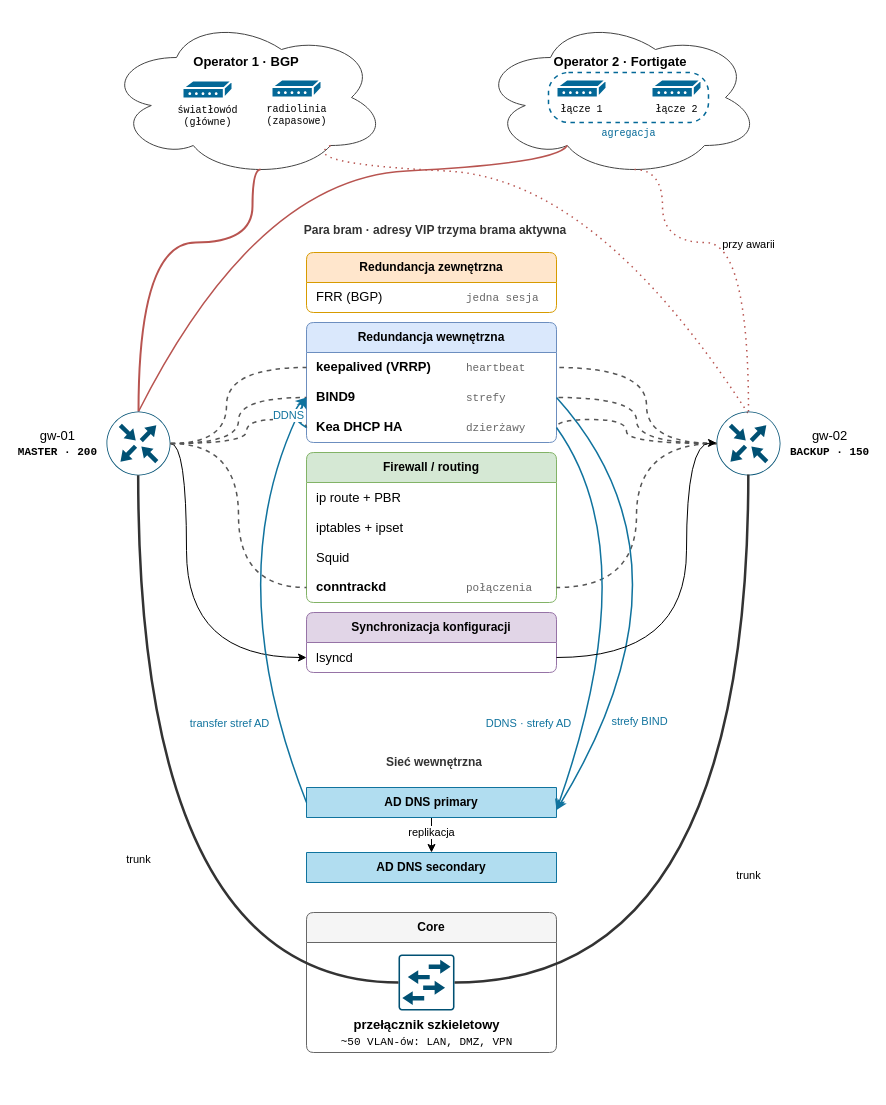
The draw.io diagram redundant-gateways-V3.drawio in BO-RU-TA/mysnippets, before the edit. Source tidied: cells renumbered, new cells numbered last; positions are measured from the earlier drawing's top-left corner, leaving out a move shared by most shapes. Both pictures are drawn from the tidied source at 100%, with x=0, y=0 at pixel (19, 17).
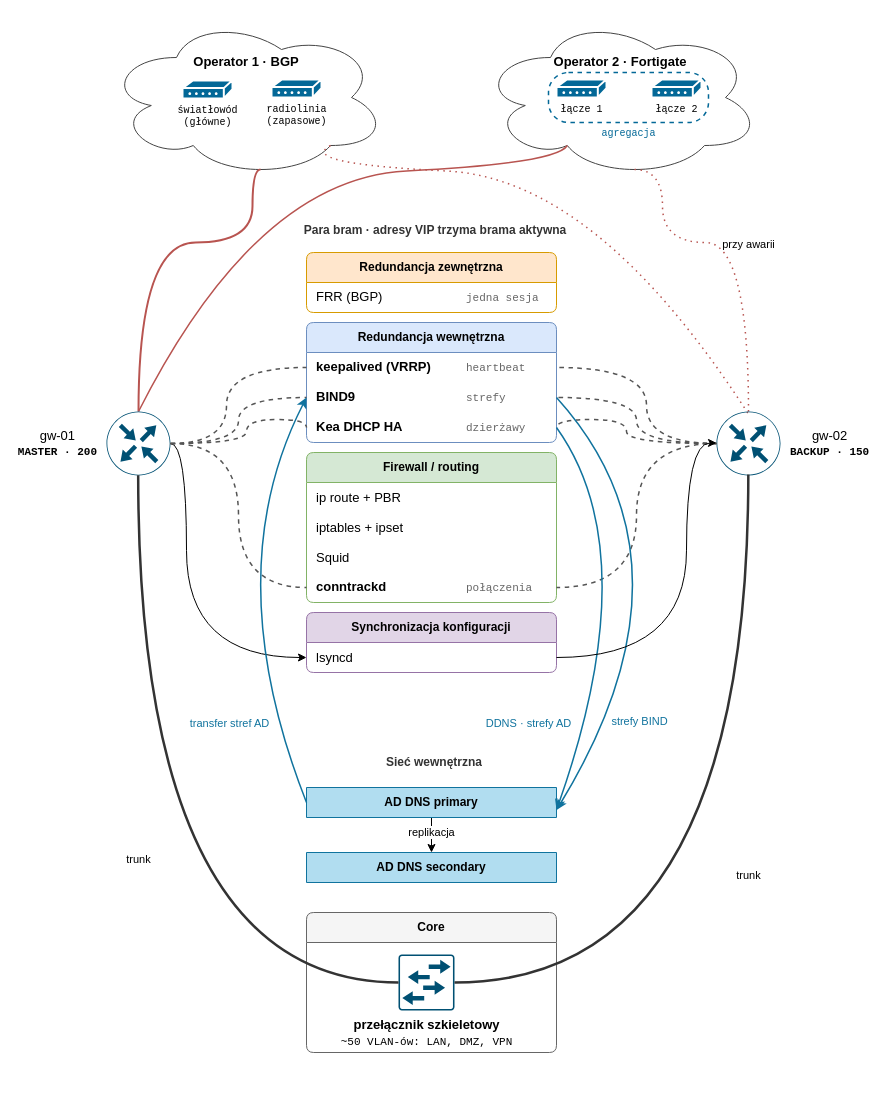
After the change.

Unchanged cells that the change refers to:
```xml
<mxCell id="23" value="&lt;span style=&quot;display:inline-block;width:150px&quot;&gt;&lt;b&gt;BIND9&lt;/b&gt;&lt;/span&gt;&lt;span style=&quot;font-family:Courier New;font-size:11px;color:#666666;font-weight:normal&quot;&gt;strefy&lt;/span&gt;" style="text;strokeColor=none;fillColor=none;align=left;verticalAlign=middle;spacingLeft=8;spacingRight=8;html=1;fontSize=13;points=[[0,0.5],[1,0.5]];portConstraint=eastwest;" parent="21" vertex="1">
  <mxGeometry y="60" width="250" height="30" as="geometry" />
</mxCell>
<mxCell id="24" value="&lt;span style=&quot;display:inline-block;width:150px&quot;&gt;&lt;b&gt;Kea DHCP HA&lt;/b&gt;&lt;/span&gt;&lt;span style=&quot;font-family:Courier New;font-size:11px;color:#666666;font-weight:normal&quot;&gt;dzierżawy&lt;/span&gt;" style="text;strokeColor=none;fillColor=none;align=left;verticalAlign=middle;spacingLeft=8;spacingRight=8;html=1;fontSize=13;points=[[0,0.5],[1,0.5]];portConstraint=eastwest;" parent="21" vertex="1">
  <mxGeometry y="90" width="250" height="30" as="geometry" />
</mxCell>
```

Diff of the diagram source:
```diff
@@
-    <mxCell id="50" value="DDNS" style="endArrow=classic;html=1;curved=1;strokeColor=#10739e;strokeWidth=1.5;fontSize=11;fontColor=#10739e;labelBackgroundColor=#ffffff;exitX=0;exitY=0.5;exitDx=0;exitDy=0;entryX=0;entryY=0.5;entryDx=0;entryDy=0;" parent="1" edge="1" source="24" target="23">
-      <mxGeometry relative="1" as="geometry">
-        <Array as="points">
-          <mxPoint x="267" y="399" />
-        </Array>
-      </mxGeometry>
-    </mxCell>
```
